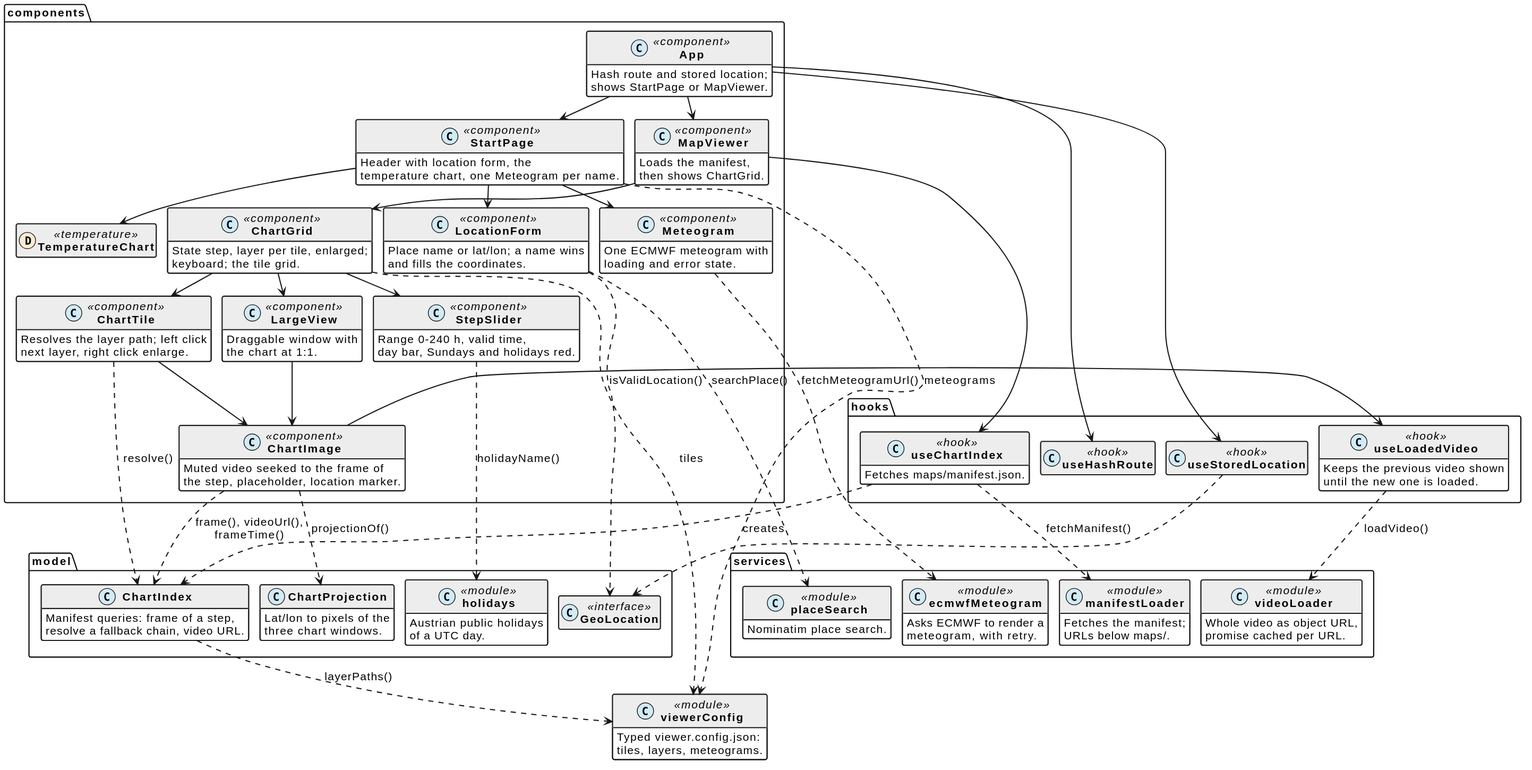
Above: docs/app.svg in schletz/wetterkartenviewer (PlantUML), before the change.
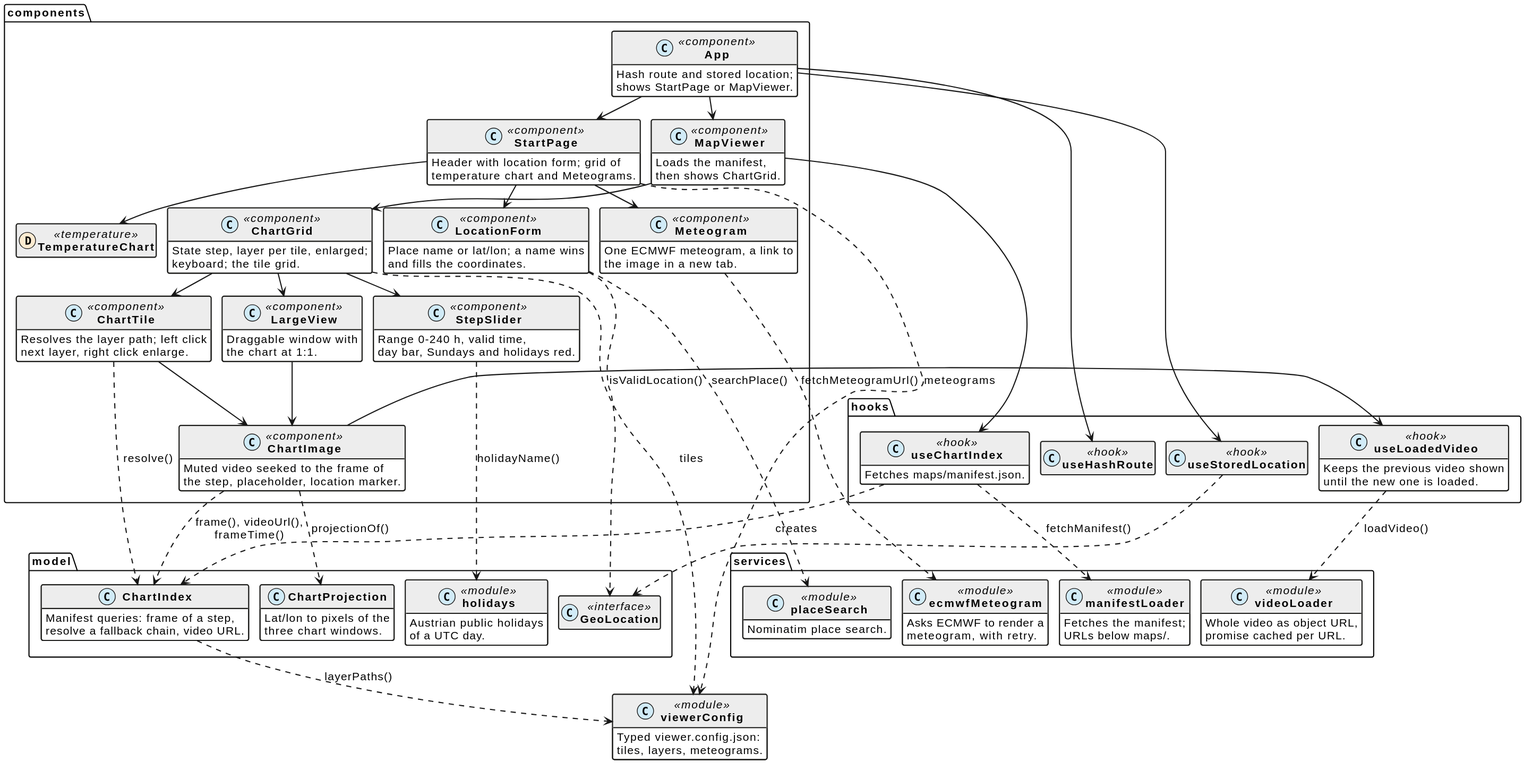
Above is the later version.

Change to the diagram source:
```diff
@@ -48,8 +48,8 @@
  shows StartPage or MapViewer.
  }
  class StartPage <<component>> {
- Header with location form, the
- temperature chart, one Meteogram per name.
+ Header with location form; grid of
+ temperature chart and Meteograms.
  }
  class TemperatureChart << (D,#fdebd1) temperature >>
  class LocationForm <<component>> {
@@ -57,8 +57,8 @@
  and fills the coordinates.
  }
  class Meteogram <<component>> {
- One ECMWF meteogram with
- loading and error state.
+ One ECMWF meteogram, a link to
+ the image in a new tab.
  }
  class MapViewer <<component>> {
  Loads the manifest,
```
